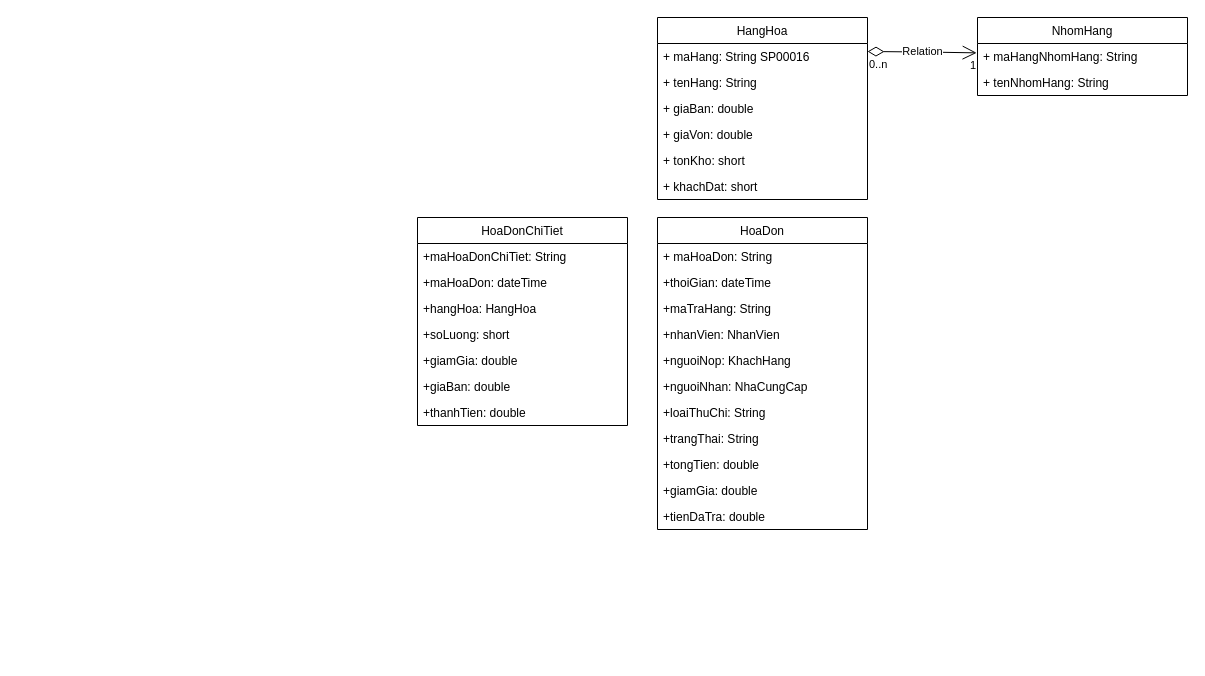
VoVanDuc20110635/GarageOto_JavaSwingAnt keeps this draw.io diagram as classDiagram.drawio. Above is the earlier version. Source tidied: cells renumbered, new cells numbered last; positions are measured from the earlier drawing's top-left corner, leaving out a move shared by most shapes. Both pictures are drawn from the tidied source at 100%, with x=0, y=0 at pixel (417, 17).
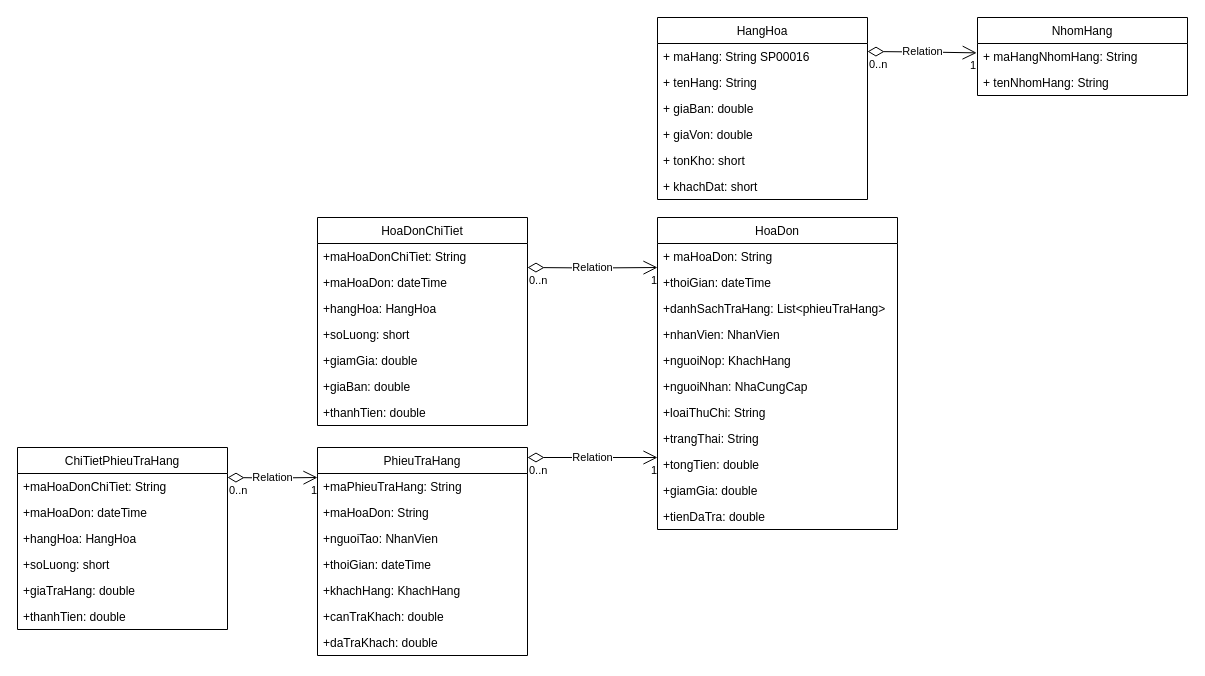
The same diagram, later.

Change to the diagram source:
```diff
@@
     <mxCell id="15" value="HoaDon" style="swimlane;fontStyle=0;horizontal=1;startSize=26;fillColor=none;" parent="1" vertex="1">
-      <mxGeometry x="240" y="200" width="210" height="312" as="geometry" />
+      <mxGeometry x="240" y="200" width="240" height="312" as="geometry" />
     </mxCell>
     <mxCell id="16" value="+ maHoaDon: String" style="text;strokeColor=none;fillColor=none;align=left;verticalAlign=top;spacingLeft=4;spacingRight=4;overflow=hidden;points=[[0,0.5],[1,0.5]];portConstraint=eastwest;" parent="15" vertex="1">
-      <mxGeometry y="26" width="210" height="26" as="geometry" />
+      <mxGeometry y="26" width="240" height="26" as="geometry" />
     </mxCell>
     <mxCell id="17" value="+thoiGian: dateTime" style="text;strokeColor=none;fillColor=none;align=left;verticalAlign=top;spacingLeft=4;spacingRight=4;overflow=hidden;" parent="15" vertex="1">
-      <mxGeometry y="52" width="210" height="26" as="geometry" />
+      <mxGeometry y="52" width="240" height="26" as="geometry" />
     </mxCell>
-    <mxCell id="18" value="+maTraHang: String" style="text;strokeColor=none;fillColor=none;align=left;verticalAlign=top;spacingLeft=4;spacingRight=4;overflow=hidden;" parent="15" vertex="1">
-      <mxGeometry y="78" width="210" height="26" as="geometry" />
+    <mxCell id="18" value="+danhSachTraHang: List&lt;phieuTraHang&gt;" style="text;strokeColor=none;fillColor=none;align=left;verticalAlign=top;spacingLeft=4;spacingRight=4;overflow=hidden;" parent="15" vertex="1">
+      <mxGeometry y="78" width="240" height="26" as="geometry" />
     </mxCell>
     <mxCell id="19" value="+nhanVien: NhanVien" style="text;strokeColor=none;fillColor=none;align=left;verticalAlign=top;spacingLeft=4;spacingRight=4;overflow=hidden;" parent="15" vertex="1">
-      <mxGeometry y="104" width="210" height="26" as="geometry" />
+      <mxGeometry y="104" width="240" height="26" as="geometry" />
     </mxCell>
     <mxCell id="20" value="+nguoiNop: KhachHang" style="text;strokeColor=none;fillColor=none;align=left;verticalAlign=top;spacingLeft=4;spacingRight=4;overflow=hidden;" parent="15" vertex="1">
-      <mxGeometry y="130" width="210" height="26" as="geometry" />
+      <mxGeometry y="130" width="240" height="26" as="geometry" />
     </mxCell>
     <mxCell id="21" value="+nguoiNhan: NhaCungCap" style="text;strokeColor=none;fillColor=none;align=left;verticalAlign=top;spacingLeft=4;spacingRight=4;overflow=hidden;" parent="15" vertex="1">
-      <mxGeometry y="156" width="210" height="26" as="geometry" />
+      <mxGeometry y="156" width="240" height="26" as="geometry" />
     </mxCell>
     <mxCell id="22" value="+loaiThuChi: String" style="text;strokeColor=none;fillColor=none;align=left;verticalAlign=top;spacingLeft=4;spacingRight=4;overflow=hidden;" parent="15" vertex="1">
-      <mxGeometry y="182" width="210" height="26" as="geometry" />
+      <mxGeometry y="182" width="240" height="26" as="geometry" />
     </mxCell>
     <mxCell id="23" value="+trangThai: String" style="text;strokeColor=none;fillColor=none;align=left;verticalAlign=top;spacingLeft=4;spacingRight=4;overflow=hidden;" parent="15" vertex="1">
-      <mxGeometry y="208" width="210" height="26" as="geometry" />
+      <mxGeometry y="208" width="240" height="26" as="geometry" />
     </mxCell>
     <mxCell id="24" value="+tongTien: double" style="text;strokeColor=none;fillColor=none;align=left;verticalAlign=top;spacingLeft=4;spacingRight=4;overflow=hidden;" parent="15" vertex="1">
-      <mxGeometry y="234" width="210" height="26" as="geometry" />
+      <mxGeometry y="234" width="240" height="26" as="geometry" />
     </mxCell>
     <mxCell id="25" value="+giamGia: double" style="text;strokeColor=none;fillColor=none;align=left;verticalAlign=top;spacingLeft=4;spacingRight=4;overflow=hidden;" parent="15" vertex="1">
-      <mxGeometry y="260" width="210" height="26" as="geometry" />
+      <mxGeometry y="260" width="240" height="26" as="geometry" />
     </mxCell>
     <mxCell id="26" value="+tienDaTra: double" style="text;strokeColor=none;fillColor=none;align=left;verticalAlign=top;spacingLeft=4;spacingRight=4;overflow=hidden;" parent="15" vertex="1">
-      <mxGeometry y="286" width="210" height="26" as="geometry" />
+      <mxGeometry y="286" width="240" height="26" as="geometry" />
     </mxCell>
     <mxCell id="27" value="HoaDonChiTiet" style="swimlane;fontStyle=0;horizontal=1;startSize=26;fillColor=none;" parent="1" vertex="1">
-      <mxGeometry y="200" width="210" height="208" as="geometry" />
+      <mxGeometry x="-100" y="200" width="210" height="208" as="geometry" />
     </mxCell>
@@
+    <mxCell id="35" value="PhieuTraHang" style="swimlane;fontStyle=0;horizontal=1;startSize=26;fillColor=none;" parent="1" vertex="1">
+      <mxGeometry x="-100" y="430" width="210" height="208" as="geometry" />
+    </mxCell>
+    <mxCell id="36" value="+maPhieuTraHang: String" style="text;strokeColor=none;fillColor=none;align=left;verticalAlign=top;spacingLeft=4;spacingRight=4;overflow=hidden;points=[[0,0.5],[1,0.5]];portConstraint=eastwest;" parent="35" vertex="1">
+      <mxGeometry y="26" width="210" height="26" as="geometry" />
+    </mxCell>
+    <mxCell id="37" value="+maHoaDon: String" style="text;strokeColor=none;fillColor=none;align=left;verticalAlign=top;spacingLeft=4;spacingRight=4;overflow=hidden;" parent="35" vertex="1">
+      <mxGeometry y="52" width="210" height="26" as="geometry" />
+    </mxCell>
+    <mxCell id="38" value="+nguoiTao: NhanVien" style="text;strokeColor=none;fillColor=none;align=left;verticalAlign=top;spacingLeft=4;spacingRight=4;overflow=hidden;" parent="35" vertex="1">
+      <mxGeometry y="78" width="210" height="26" as="geometry" />
+    </mxCell>
+    <mxCell id="39" value="+thoiGian: dateTime" style="text;strokeColor=none;fillColor=none;align=left;verticalAlign=top;spacingLeft=4;spacingRight=4;overflow=hidden;" parent="35" vertex="1">
+      <mxGeometry y="104" width="210" height="26" as="geometry" />
+    </mxCell>
+    <mxCell id="40" value="+khachHang: KhachHang" style="text;strokeColor=none;fillColor=none;align=left;verticalAlign=top;spacingLeft=4;spacingRight=4;overflow=hidden;" parent="35" vertex="1">
+      <mxGeometry y="130" width="210" height="26" as="geometry" />
+    </mxCell>
+    <mxCell id="41" value="+canTraKhach: double" style="text;strokeColor=none;fillColor=none;align=left;verticalAlign=top;spacingLeft=4;spacingRight=4;overflow=hidden;" parent="35" vertex="1">
+      <mxGeometry y="156" width="210" height="26" as="geometry" />
+    </mxCell>
+    <mxCell id="42" value="+daTraKhach: double" style="text;strokeColor=none;fillColor=none;align=left;verticalAlign=top;spacingLeft=4;spacingRight=4;overflow=hidden;" parent="35" vertex="1">
+      <mxGeometry y="182" width="210" height="26" as="geometry" />
+    </mxCell>
+    <mxCell id="43" value="Relation" style="endArrow=open;html=1;endSize=12;startArrow=diamondThin;startSize=14;startFill=0;edgeStyle=orthogonalEdgeStyle;entryX=0;entryY=0.923;entryDx=0;entryDy=0;entryPerimeter=0;" parent="1" edge="1" target="16">
+      <mxGeometry relative="1" as="geometry">
+        <mxPoint x="110" y="250" as="sourcePoint" />
+      </mxGeometry>
+    </mxCell>
+    <mxCell id="44" value="0..n" style="edgeLabel;html=1;align=left;verticalAlign=top;" parent="43" vertex="1">
+      <mxGeometry x="-1" relative="1" as="geometry" />
+    </mxCell>
+    <mxCell id="45" value="1" style="edgeLabel;html=1;align=right;verticalAlign=top;" parent="43" vertex="1">
+      <mxGeometry x="1" relative="1" as="geometry" />
+    </mxCell>
+    <mxCell id="46" value="Relation" style="endArrow=open;html=1;endSize=12;startArrow=diamondThin;startSize=14;startFill=0;edgeStyle=orthogonalEdgeStyle;entryX=0;entryY=0.923;entryDx=0;entryDy=0;entryPerimeter=0;" parent="1" edge="1">
+      <mxGeometry relative="1" as="geometry">
+        <mxPoint x="110" y="440" as="sourcePoint" />
+        <mxPoint x="240" y="440" as="targetPoint" />
+      </mxGeometry>
+    </mxCell>
+    <mxCell id="47" value="0..n" style="edgeLabel;html=1;align=left;verticalAlign=top;" parent="46" vertex="1">
+      <mxGeometry x="-1" relative="1" as="geometry" />
+    </mxCell>
+    <mxCell id="48" value="1" style="edgeLabel;html=1;align=right;verticalAlign=top;" parent="46" vertex="1">
+      <mxGeometry x="1" relative="1" as="geometry" />
+    </mxCell>
+    <mxCell id="49" value="ChiTietPhieuTraHang" style="swimlane;fontStyle=0;horizontal=1;startSize=26;fillColor=none;" parent="1" vertex="1">
+      <mxGeometry x="-400" y="430" width="210" height="182" as="geometry" />
+    </mxCell>
+    <mxCell id="50" value="+maHoaDonChiTiet: String" style="text;strokeColor=none;fillColor=none;align=left;verticalAlign=top;spacingLeft=4;spacingRight=4;overflow=hidden;" parent="49" vertex="1">
+      <mxGeometry y="26" width="210" height="26" as="geometry" />
+    </mxCell>
+    <mxCell id="51" value="+maHoaDon: dateTime" style="text;strokeColor=none;fillColor=none;align=left;verticalAlign=top;spacingLeft=4;spacingRight=4;overflow=hidden;" parent="49" vertex="1">
+      <mxGeometry y="52" width="210" height="26" as="geometry" />
+    </mxCell>
+    <mxCell id="52" value="+hangHoa: HangHoa" style="text;strokeColor=none;fillColor=none;align=left;verticalAlign=top;spacingLeft=4;spacingRight=4;overflow=hidden;" parent="49" vertex="1">
+      <mxGeometry y="78" width="210" height="26" as="geometry" />
+    </mxCell>
+    <mxCell id="53" value="+soLuong: short" style="text;strokeColor=none;fillColor=none;align=left;verticalAlign=top;spacingLeft=4;spacingRight=4;overflow=hidden;" parent="49" vertex="1">
+      <mxGeometry y="104" width="210" height="26" as="geometry" />
+    </mxCell>
+    <mxCell id="54" value="+giaTraHang: double" style="text;strokeColor=none;fillColor=none;align=left;verticalAlign=top;spacingLeft=4;spacingRight=4;overflow=hidden;" parent="49" vertex="1">
+      <mxGeometry y="130" width="210" height="26" as="geometry" />
+    </mxCell>
+    <mxCell id="55" value="+thanhTien: double" style="text;strokeColor=none;fillColor=none;align=left;verticalAlign=top;spacingLeft=4;spacingRight=4;overflow=hidden;" parent="49" vertex="1">
+      <mxGeometry y="156" width="210" height="26" as="geometry" />
+    </mxCell>
+    <mxCell id="56" value="Relation" style="endArrow=open;html=1;endSize=12;startArrow=diamondThin;startSize=14;startFill=0;edgeStyle=orthogonalEdgeStyle;entryX=0;entryY=0.154;entryDx=0;entryDy=0;entryPerimeter=0;" parent="1" edge="1" target="36">
+      <mxGeometry relative="1" as="geometry">
+        <mxPoint x="-190" y="460" as="sourcePoint" />
+      </mxGeometry>
+    </mxCell>
+    <mxCell id="57" value="0..n" style="edgeLabel;html=1;align=left;verticalAlign=top;" parent="56" vertex="1">
+      <mxGeometry x="-1" relative="1" as="geometry" />
+    </mxCell>
+    <mxCell id="58" value="1" style="edgeLabel;html=1;align=right;verticalAlign=top;" parent="56" vertex="1">
+      <mxGeometry x="1" relative="1" as="geometry" />
+    </mxCell>
```
